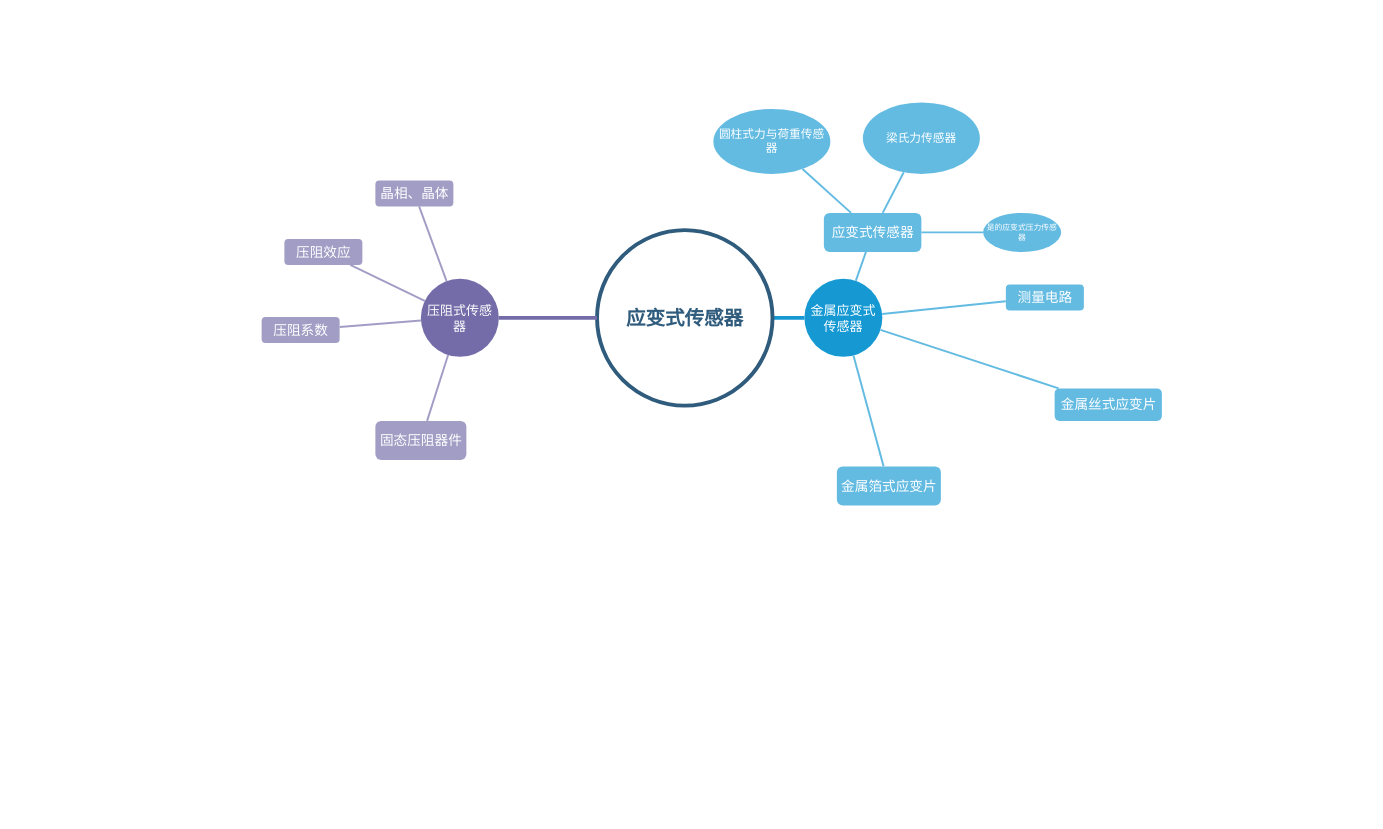
chenxi123-byte/51-Single-chip keeps this draw.io diagram as 基础项目/Untitled Diagram.drawio. Above is the earlier version. Source tidied: cells renumbered, new cells numbered last; positions are measured from the earlier drawing's top-left corner, leaving out a move shared by most shapes. Both pictures are drawn from the tidied source at 65%, with x=0, y=0 at pixel (261, 102).
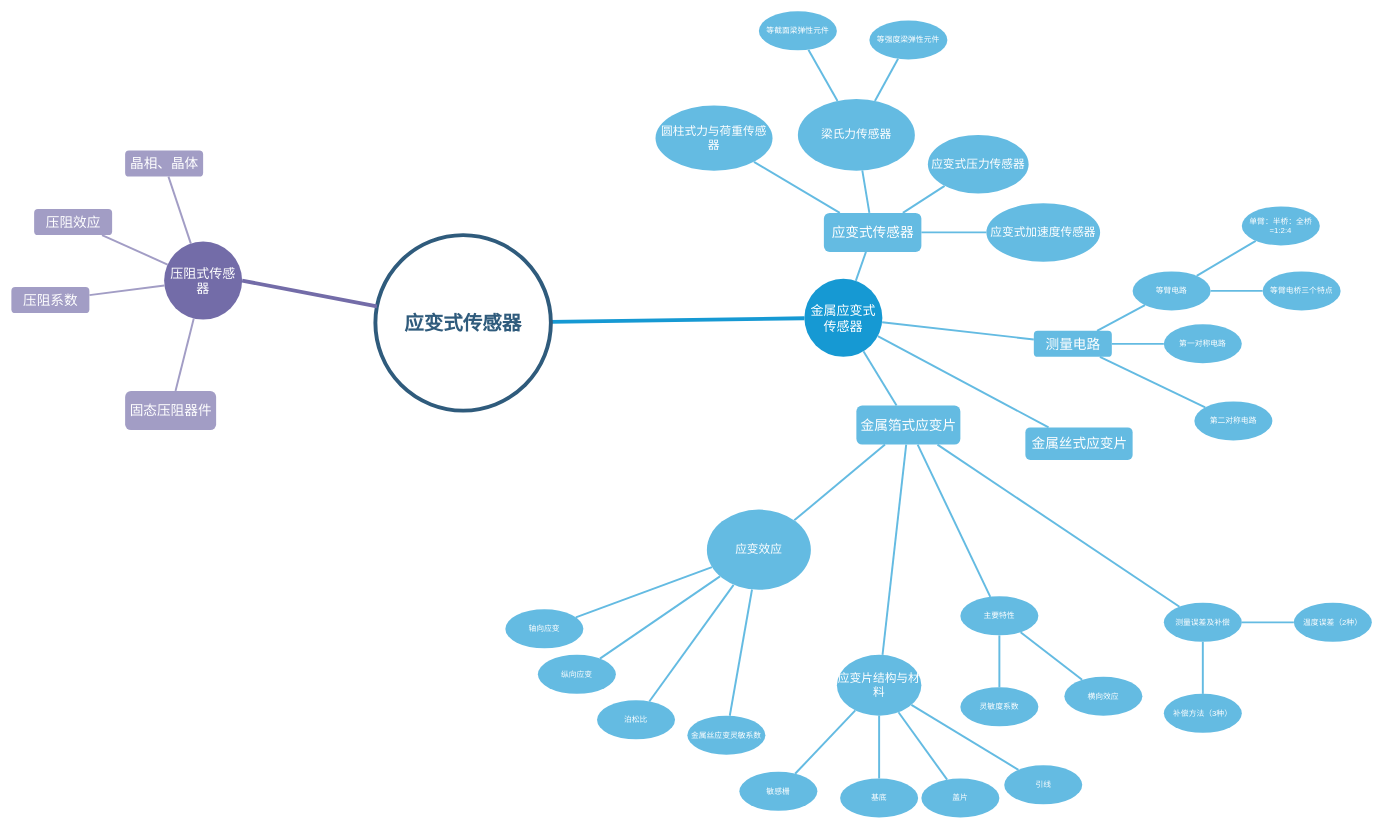
Above is the later version.

The change refers to these unchanged cells:
```xml
<mxCell id="7" value="&lt;font style=&quot;font-size: 21px&quot;&gt;应变式传感器&lt;/font&gt;" style="rounded=1;fillColor=#64BBE2;strokeColor=none;strokeWidth=3;shadow=0;html=1;fontColor=#FFFFFF;" parent="1" vertex="1">
  <mxGeometry x="865" y="170" width="150" height="60" as="geometry" />
</mxCell>
```

Change to the diagram source:
```diff
@@
+    <mxCell id="30" style="edgeStyle=none;shape=connector;rounded=1;jettySize=auto;html=1;labelBackgroundColor=default;fontFamily=Helvetica;fontSize=18;fontColor=default;endArrow=none;strokeColor=#64BBE2;strokeWidth=3;" parent="1" edge="1" source="7" target="40">
+      <mxGeometry relative="1" as="geometry" />
+    </mxCell>
@@
     <mxCell id="8" value="&lt;font style=&quot;font-size: 21px&quot;&gt;金属丝式应变片&lt;/font&gt;" style="rounded=1;fillColor=#64BBE2;strokeColor=none;strokeWidth=3;shadow=0;html=1;fontColor=#FFFFFF;" parent="1" vertex="1">
-      <mxGeometry x="1220" y="440" width="165" height="50" as="geometry" />
+      <mxGeometry x="1175" y="500" width="165" height="50" as="geometry" />
     </mxCell>
+    <mxCell id="31" style="edgeStyle=none;shape=connector;rounded=1;jettySize=auto;html=1;labelBackgroundColor=default;fontFamily=Helvetica;fontSize=18;fontColor=default;endArrow=none;strokeColor=#64BBE2;strokeWidth=3;" parent="1" edge="1" source="9" target="59">
+      <mxGeometry relative="1" as="geometry" />
+    </mxCell>
+    <mxCell id="32" style="edgeStyle=none;shape=connector;rounded=1;jettySize=auto;html=1;labelBackgroundColor=default;fontFamily=Helvetica;fontSize=18;fontColor=default;endArrow=none;strokeColor=#64BBE2;strokeWidth=3;" parent="1" edge="1" source="9" target="60">
+      <mxGeometry relative="1" as="geometry" />
+    </mxCell>
+    <mxCell id="33" style="edgeStyle=none;shape=connector;rounded=1;jettySize=auto;html=1;labelBackgroundColor=default;fontFamily=Helvetica;fontSize=18;fontColor=default;endArrow=none;strokeColor=#64BBE2;strokeWidth=3;" parent="1" edge="1" source="9" target="61">
+      <mxGeometry relative="1" as="geometry" />
+    </mxCell>
     <mxCell id="9" value="&lt;font style=&quot;font-size: 21px&quot;&gt;测量电路&lt;/font&gt;" style="rounded=1;fillColor=#64BBE2;strokeColor=none;strokeWidth=3;shadow=0;html=1;fontColor=#FFFFFF;" parent="1" vertex="1">
-      <mxGeometry x="1145" y="280" width="120" height="40" as="geometry" />
+      <mxGeometry x="1188" y="351.5" width="120" height="40" as="geometry" />
     </mxCell>
+    <mxCell id="34" style="edgeStyle=none;shape=connector;rounded=1;jettySize=auto;html=1;labelBackgroundColor=default;fontFamily=Helvetica;fontSize=18;fontColor=default;endArrow=none;strokeColor=#64BBE2;strokeWidth=3;" parent="1" edge="1" source="10" target="45">
+      <mxGeometry relative="1" as="geometry" />
+    </mxCell>
+    <mxCell id="35" style="edgeStyle=none;shape=connector;rounded=1;jettySize=auto;html=1;labelBackgroundColor=default;fontFamily=Helvetica;fontSize=18;fontColor=default;endArrow=none;strokeColor=#64BBE2;strokeWidth=3;" parent="1" edge="1" source="10" target="50">
+      <mxGeometry relative="1" as="geometry" />
+    </mxCell>
+    <mxCell id="36" style="edgeStyle=none;shape=connector;rounded=1;jettySize=auto;html=1;labelBackgroundColor=default;fontFamily=Helvetica;fontSize=18;fontColor=default;endArrow=none;strokeColor=#64BBE2;strokeWidth=3;" parent="1" edge="1" source="10" target="53">
+      <mxGeometry relative="1" as="geometry" />
+    </mxCell>
+    <mxCell id="37" style="edgeStyle=none;shape=connector;rounded=1;jettySize=auto;html=1;labelBackgroundColor=default;fontFamily=Helvetica;fontSize=18;fontColor=default;endArrow=none;strokeColor=#64BBE2;strokeWidth=3;" parent="1" edge="1" source="10" target="56">
+      <mxGeometry relative="1" as="geometry" />
+    </mxCell>
     <mxCell id="10" value="&lt;font style=&quot;font-size: 21px&quot;&gt;金属箔式应变片&lt;/font&gt;" style="rounded=1;fillColor=#64BBE2;strokeColor=none;strokeWidth=3;shadow=0;html=1;fontColor=#FFFFFF;" parent="1" vertex="1">
-      <mxGeometry x="885" y="560" width="160" height="60" as="geometry" />
+      <mxGeometry x="915" y="466.5" width="160" height="60" as="geometry" />
     </mxCell>
@@
     <mxCell id="15" value="应变式传感器" style="ellipse;whiteSpace=wrap;html=1;shadow=0;fontFamily=Helvetica;fontSize=30;fontColor=#2F5B7C;align=center;strokeColor=#2F5B7C;strokeWidth=6;fillColor=#FFFFFF;fontStyle=1;gradientColor=none;" parent="1" vertex="1">
-      <mxGeometry x="516" y="196.5" width="270" height="270" as="geometry" />
+      <mxGeometry x="175" y="204.2" width="270" height="270" as="geometry" />
     </mxCell>
     <mxCell id="16" value="&lt;font style=&quot;font-size: 21px&quot;&gt;压阻效应&lt;/font&gt;" style="rounded=1;fillColor=#a29dc5;strokeColor=none;strokeWidth=3;shadow=0;html=1;fontColor=#FFFFFF;" parent="1" vertex="1">
-      <mxGeometry x="35" y="210" width="120" height="40" as="geometry" />
+      <mxGeometry x="-350" y="164.2" width="120" height="40" as="geometry" />
     </mxCell>
     <mxCell id="17" value="&lt;font style=&quot;font-size: 21px&quot;&gt;晶相、晶体&lt;/font&gt;" style="rounded=1;fillColor=#a29dc5;strokeColor=none;strokeWidth=3;shadow=0;html=1;fontColor=#FFFFFF;" parent="1" vertex="1">
-      <mxGeometry x="175" y="120" width="120" height="40" as="geometry" />
+      <mxGeometry x="-210" y="74.2" width="120" height="40" as="geometry" />
     </mxCell>
     <mxCell id="18" value="&lt;font style=&quot;font-size: 21px&quot;&gt;压阻系数&lt;/font&gt;" style="rounded=1;fillColor=#a29dc5;strokeColor=none;strokeWidth=3;shadow=0;html=1;fontColor=#FFFFFF;" parent="1" vertex="1">
-      <mxGeometry y="330" width="120" height="40" as="geometry" />
+      <mxGeometry x="-385" y="284.2" width="120" height="40" as="geometry" />
     </mxCell>
     <mxCell id="19" style="edgeStyle=none;endArrow=none;strokeWidth=3;strokeColor=#A29DC5;html=1;" parent="1" edge="1" source="25" target="16">
-      <mxGeometry x="-1255" y="-295" as="geometry" />
+      <mxGeometry x="-1640" y="-340.8" as="geometry" />
     </mxCell>
     <mxCell id="20" value="&lt;font style=&quot;font-size: 21px&quot;&gt;固态压阻器件&lt;/font&gt;" style="rounded=1;fillColor=#a29dc5;strokeColor=none;strokeWidth=3;shadow=0;html=1;fontColor=#FFFFFF;" parent="1" vertex="1">
-      <mxGeometry x="175" y="490" width="140" height="60" as="geometry" />
+      <mxGeometry x="-210" y="444.2" width="140" height="60" as="geometry" />
     </mxCell>
     <mxCell id="21" style="edgeStyle=none;endArrow=none;strokeWidth=3;strokeColor=#A29DC5;html=1;" parent="1" edge="1" source="25" target="17">
-      <mxGeometry x="-1255" y="-295" as="geometry" />
+      <mxGeometry x="-1640" y="-340.8" as="geometry" />
     </mxCell>
     <mxCell id="22" style="edgeStyle=none;endArrow=none;strokeWidth=3;strokeColor=#A29DC5;html=1;" parent="1" edge="1" source="25" target="18">
-      <mxGeometry x="-1255" y="-295" as="geometry" />
+      <mxGeometry x="-1640" y="-340.8" as="geometry" />
     </mxCell>
     <mxCell id="23" style="edgeStyle=none;endArrow=none;strokeWidth=3;strokeColor=#A29DC5;html=1;" parent="1" edge="1" source="25" target="20">
-      <mxGeometry x="-1255" y="-295" as="geometry" />
+      <mxGeometry x="-1640" y="-340.8" as="geometry" />
     </mxCell>
@@
     <mxCell id="25" value="压阻式传感器" style="ellipse;whiteSpace=wrap;html=1;shadow=0;fontFamily=Helvetica;fontSize=20;fontColor=#FFFFFF;align=center;strokeWidth=3;fillColor=#736ca8;strokeColor=none;" parent="1" vertex="1">
-      <mxGeometry x="245" y="271.5" width="120" height="120" as="geometry" />
+      <mxGeometry x="-150" y="214.2" width="120" height="120" as="geometry" />
     </mxCell>
@@
     <mxCell id="27" value="&lt;font style=&quot;font-size: 15px&quot;&gt;&lt;font style=&quot;vertical-align: inherit ; font-size: 18px&quot;&gt;&lt;font style=&quot;vertical-align: inherit ; font-size: 18px&quot;&gt;&lt;font style=&quot;vertical-align: inherit ; font-size: 18px&quot;&gt;&lt;font style=&quot;vertical-align: inherit ; font-size: 18px&quot;&gt;圆柱式力与荷重传感器&lt;/font&gt;&lt;/font&gt;&lt;/font&gt;&lt;/font&gt;&lt;/font&gt;" style="ellipse;whiteSpace=wrap;html=1;fillColor=#64BBE2;strokeColor=none;fontColor=#FFFFFF;rounded=1;strokeWidth=3;shadow=0;" parent="1" vertex="1">
-      <mxGeometry x="695" y="10" width="180" height="100" as="geometry" />
+      <mxGeometry x="606" y="5" width="180" height="100" as="geometry" />
     </mxCell>
+    <mxCell id="38" style="edgeStyle=none;shape=connector;rounded=1;jettySize=auto;html=1;labelBackgroundColor=default;fontFamily=Helvetica;fontSize=18;fontColor=default;endArrow=none;strokeColor=#64BBE2;strokeWidth=3;" parent="1" edge="1" source="28" target="64">
+      <mxGeometry relative="1" as="geometry" />
+    </mxCell>
+    <mxCell id="39" style="edgeStyle=none;shape=connector;rounded=1;jettySize=auto;html=1;labelBackgroundColor=default;fontFamily=Helvetica;fontSize=18;fontColor=default;endArrow=none;strokeColor=#64BBE2;strokeWidth=3;" parent="1" edge="1" source="28" target="65">
+      <mxGeometry relative="1" as="geometry" />
+    </mxCell>
     <mxCell id="28" value="&lt;font style=&quot;vertical-align: inherit ; font-size: 18px&quot;&gt;梁氏力传感器&lt;/font&gt;" style="ellipse;whiteSpace=wrap;html=1;fillColor=#64BBE2;strokeColor=none;fontColor=#FFFFFF;rounded=1;strokeWidth=3;shadow=0;" parent="1" vertex="1">
-      <mxGeometry x="925" width="180" height="110" as="geometry" />
+      <mxGeometry x="825" y="-5" width="180" height="110" as="geometry" />
     </mxCell>
-    <mxCell id="29" value="是的应变式压力传感器" style="ellipse;whiteSpace=wrap;html=1;fillColor=#64BBE2;strokeColor=none;fontColor=#FFFFFF;rounded=1;strokeWidth=3;shadow=0;" parent="1" vertex="1">
-      <mxGeometry x="1110" y="170" width="120" height="60" as="geometry" />
+    <mxCell id="29" value="&lt;font style=&quot;vertical-align: inherit ; font-size: 18px&quot;&gt;应变式压力传感器&lt;/font&gt;" style="ellipse;whiteSpace=wrap;html=1;fillColor=#64BBE2;strokeColor=none;fontColor=#FFFFFF;rounded=1;strokeWidth=3;shadow=0;" parent="1" vertex="1">
+      <mxGeometry x="1025" y="50" width="155" height="90" as="geometry" />
     </mxCell>
+    <mxCell id="40" value="&lt;p&gt;&lt;font style=&quot;vertical-align: inherit ; font-size: 18px&quot;&gt;&lt;font style=&quot;vertical-align: inherit ; font-size: 18px&quot;&gt;&lt;font style=&quot;vertical-align: inherit ; font-size: 18px&quot;&gt;&lt;font style=&quot;vertical-align: inherit ; font-size: 18px&quot;&gt;应变式加速度传感器&lt;/font&gt;&lt;/font&gt;&lt;/font&gt;&lt;/font&gt;&lt;/p&gt;" style="ellipse;whiteSpace=wrap;html=1;fillColor=#64BBE2;strokeColor=none;fontColor=#FFFFFF;rounded=1;strokeWidth=3;shadow=0;" parent="1" vertex="1">
+      <mxGeometry x="1115" y="155" width="175" height="90" as="geometry" />
+    </mxCell>
+    <mxCell id="41" style="edgeStyle=none;shape=connector;rounded=1;jettySize=auto;html=1;labelBackgroundColor=default;fontFamily=Helvetica;fontSize=18;fontColor=default;endArrow=none;strokeColor=#64BBE2;strokeWidth=3;" parent="1" edge="1" source="45" target="66">
+      <mxGeometry relative="1" as="geometry" />
+    </mxCell>
+    <mxCell id="42" style="edgeStyle=none;shape=connector;rounded=1;jettySize=auto;html=1;labelBackgroundColor=default;fontFamily=Helvetica;fontSize=18;fontColor=default;endArrow=none;strokeColor=#64BBE2;strokeWidth=3;" parent="1" edge="1" source="45" target="67">
+      <mxGeometry relative="1" as="geometry" />
+    </mxCell>
+    <mxCell id="43" style="edgeStyle=none;shape=connector;rounded=1;jettySize=auto;html=1;labelBackgroundColor=default;fontFamily=Helvetica;fontSize=18;fontColor=default;endArrow=none;strokeColor=#64BBE2;strokeWidth=3;" parent="1" edge="1" source="45" target="68">
+      <mxGeometry relative="1" as="geometry" />
+    </mxCell>
+    <mxCell id="44" style="edgeStyle=none;shape=connector;rounded=1;jettySize=auto;html=1;labelBackgroundColor=default;fontFamily=Helvetica;fontSize=18;fontColor=default;endArrow=none;strokeColor=#64BBE2;strokeWidth=3;" parent="1" edge="1" source="45" target="69">
+      <mxGeometry relative="1" as="geometry" />
+    </mxCell>
+    <mxCell id="45" value="&lt;font style=&quot;vertical-align: inherit ; font-size: 18px&quot;&gt;应变效应&lt;/font&gt;" style="ellipse;whiteSpace=wrap;html=1;fillColor=#64BBE2;strokeColor=none;fontColor=#FFFFFF;rounded=1;strokeWidth=3;shadow=0;" parent="1" vertex="1">
+      <mxGeometry x="685" y="626.5" width="160" height="123.5" as="geometry" />
+    </mxCell>
+    <mxCell id="46" style="edgeStyle=none;shape=connector;rounded=1;jettySize=auto;html=1;labelBackgroundColor=default;fontFamily=Helvetica;fontSize=18;fontColor=default;endArrow=none;strokeColor=#64BBE2;strokeWidth=3;" parent="1" edge="1" source="50" target="71">
+      <mxGeometry relative="1" as="geometry" />
+    </mxCell>
+    <mxCell id="47" style="edgeStyle=none;shape=connector;rounded=1;jettySize=auto;html=1;labelBackgroundColor=default;fontFamily=Helvetica;fontSize=18;fontColor=default;endArrow=none;strokeColor=#64BBE2;strokeWidth=3;" parent="1" edge="1" source="50" target="72">
+      <mxGeometry relative="1" as="geometry" />
+    </mxCell>
+    <mxCell id="48" style="edgeStyle=none;shape=connector;rounded=1;jettySize=auto;html=1;labelBackgroundColor=default;fontFamily=Helvetica;fontSize=18;fontColor=default;endArrow=none;strokeColor=#64BBE2;strokeWidth=3;" parent="1" edge="1" source="50" target="73">
+      <mxGeometry relative="1" as="geometry" />
+    </mxCell>
+    <mxCell id="49" style="edgeStyle=none;shape=connector;rounded=1;jettySize=auto;html=1;labelBackgroundColor=default;fontFamily=Helvetica;fontSize=18;fontColor=default;endArrow=none;strokeColor=#64BBE2;strokeWidth=3;" parent="1" edge="1" source="50" target="74">
+      <mxGeometry relative="1" as="geometry" />
+    </mxCell>
+    <mxCell id="50" value="&lt;font style=&quot;font-size: 18px&quot;&gt;应变片结构与材料&lt;/font&gt;" style="ellipse;whiteSpace=wrap;html=1;fillColor=#64BBE2;strokeColor=none;fontColor=#FFFFFF;rounded=1;strokeWidth=3;shadow=0;" parent="1" vertex="1">
+      <mxGeometry x="885" y="850" width="130" height="93.5" as="geometry" />
+    </mxCell>
+    <mxCell id="51" style="edgeStyle=none;shape=connector;rounded=1;jettySize=auto;html=1;labelBackgroundColor=default;fontFamily=Helvetica;fontSize=18;fontColor=default;endArrow=none;strokeColor=#64BBE2;strokeWidth=3;" parent="1" edge="1" source="53" target="75">
+      <mxGeometry relative="1" as="geometry" />
+    </mxCell>
+    <mxCell id="52" style="edgeStyle=none;shape=connector;rounded=1;jettySize=auto;html=1;labelBackgroundColor=default;fontFamily=Helvetica;fontSize=18;fontColor=default;endArrow=none;strokeColor=#64BBE2;strokeWidth=3;" parent="1" edge="1" source="53" target="76">
+      <mxGeometry relative="1" as="geometry" />
+    </mxCell>
+    <mxCell id="53" value="主要特性" style="ellipse;whiteSpace=wrap;html=1;fillColor=#64BBE2;strokeColor=none;fontColor=#FFFFFF;rounded=1;strokeWidth=3;shadow=0;" parent="1" vertex="1">
+      <mxGeometry x="1075" y="760" width="120" height="60" as="geometry" />
+    </mxCell>
+    <mxCell id="54" style="edgeStyle=none;shape=connector;rounded=1;jettySize=auto;html=1;labelBackgroundColor=default;fontFamily=Helvetica;fontSize=18;fontColor=default;endArrow=none;strokeColor=#64BBE2;strokeWidth=3;" parent="1" edge="1" source="56" target="77">
+      <mxGeometry relative="1" as="geometry" />
+    </mxCell>
+    <mxCell id="55" style="edgeStyle=none;shape=connector;rounded=1;jettySize=auto;html=1;labelBackgroundColor=default;fontFamily=Helvetica;fontSize=18;fontColor=default;endArrow=none;strokeColor=#64BBE2;strokeWidth=3;" parent="1" edge="1" source="56" target="78">
+      <mxGeometry relative="1" as="geometry" />
+    </mxCell>
+    <mxCell id="56" value="测量误差及补偿" style="ellipse;whiteSpace=wrap;html=1;fillColor=#64BBE2;strokeColor=none;fontColor=#FFFFFF;rounded=1;strokeWidth=3;shadow=0;" parent="1" vertex="1">
+      <mxGeometry x="1388" y="770" width="120" height="60" as="geometry" />
+    </mxCell>
+    <mxCell id="57" style="edgeStyle=none;shape=connector;rounded=1;jettySize=auto;html=1;labelBackgroundColor=default;fontFamily=Helvetica;fontSize=18;fontColor=default;endArrow=none;strokeColor=#64BBE2;strokeWidth=3;" parent="1" edge="1" source="59" target="62">
+      <mxGeometry relative="1" as="geometry" />
+    </mxCell>
+    <mxCell id="58" style="edgeStyle=none;shape=connector;rounded=1;jettySize=auto;html=1;labelBackgroundColor=default;fontFamily=Helvetica;fontSize=18;fontColor=default;endArrow=none;strokeColor=#64BBE2;strokeWidth=3;" parent="1" edge="1" source="59" target="63">
+      <mxGeometry relative="1" as="geometry" />
+    </mxCell>
+    <mxCell id="59" value="等臂电路" style="ellipse;whiteSpace=wrap;html=1;fillColor=#64BBE2;strokeColor=none;fontColor=#FFFFFF;rounded=1;strokeWidth=3;shadow=0;" parent="1" vertex="1">
+      <mxGeometry x="1340" y="260" width="120" height="60" as="geometry" />
+    </mxCell>
+    <mxCell id="60" value="第一对称电路" style="ellipse;whiteSpace=wrap;html=1;fillColor=#64BBE2;strokeColor=none;fontColor=#FFFFFF;rounded=1;strokeWidth=3;shadow=0;" parent="1" vertex="1">
+      <mxGeometry x="1388" y="341.5" width="120" height="60" as="geometry" />
+    </mxCell>
+    <mxCell id="61" value="第二对称电路" style="ellipse;whiteSpace=wrap;html=1;fillColor=#64BBE2;strokeColor=none;fontColor=#FFFFFF;rounded=1;strokeWidth=3;shadow=0;" parent="1" vertex="1">
+      <mxGeometry x="1435" y="460" width="120" height="60" as="geometry" />
+    </mxCell>
+    <mxCell id="62" value="单臂：半桥：全桥=1:2:4" style="ellipse;whiteSpace=wrap;html=1;fillColor=#64BBE2;strokeColor=none;fontColor=#FFFFFF;rounded=1;strokeWidth=3;shadow=0;" parent="1" vertex="1">
+      <mxGeometry x="1508" y="160" width="120" height="60" as="geometry" />
+    </mxCell>
+    <mxCell id="63" value="等臂电桥三个特点" style="ellipse;whiteSpace=wrap;html=1;fillColor=#64BBE2;strokeColor=none;fontColor=#FFFFFF;rounded=1;strokeWidth=3;shadow=0;" parent="1" vertex="1">
+      <mxGeometry x="1540" y="260" width="120" height="60" as="geometry" />
+    </mxCell>
+    <mxCell id="64" value="等截面梁弹性元件" style="ellipse;whiteSpace=wrap;html=1;fillColor=#64BBE2;strokeColor=none;fontColor=#FFFFFF;rounded=1;strokeWidth=3;shadow=0;" parent="1" vertex="1">
+      <mxGeometry x="765" y="-140" width="120" height="60" as="geometry" />
+    </mxCell>
+    <mxCell id="65" value="等强度梁弹性元件" style="ellipse;whiteSpace=wrap;html=1;fillColor=#64BBE2;strokeColor=none;fontColor=#FFFFFF;rounded=1;strokeWidth=3;shadow=0;" parent="1" vertex="1">
+      <mxGeometry x="935" y="-126" width="120" height="60" as="geometry" />
+    </mxCell>
+    <mxCell id="66" value="轴向应变" style="ellipse;whiteSpace=wrap;html=1;fillColor=#64BBE2;strokeColor=none;fontColor=#FFFFFF;rounded=1;strokeWidth=3;shadow=0;" parent="1" vertex="1">
+      <mxGeometry x="375" y="780" width="120" height="60" as="geometry" />
+    </mxCell>
+    <mxCell id="67" value="纵向应变" style="ellipse;whiteSpace=wrap;html=1;fillColor=#64BBE2;strokeColor=none;fontColor=#FFFFFF;rounded=1;strokeWidth=3;shadow=0;" parent="1" vertex="1">
+      <mxGeometry x="425" y="850" width="120" height="60" as="geometry" />
+    </mxCell>
+    <mxCell id="68" value="泊松比" style="ellipse;whiteSpace=wrap;html=1;fillColor=#64BBE2;strokeColor=none;fontColor=#FFFFFF;rounded=1;strokeWidth=3;shadow=0;" parent="1" vertex="1">
+      <mxGeometry x="516" y="920" width="120" height="60" as="geometry" />
+    </mxCell>
+    <mxCell id="69" value="金属丝应变灵敏系数" style="ellipse;whiteSpace=wrap;html=1;fillColor=#64BBE2;strokeColor=none;fontColor=#FFFFFF;rounded=1;strokeWidth=3;shadow=0;" parent="1" vertex="1">
+      <mxGeometry x="655" y="943.5" width="120" height="60" as="geometry" />
+    </mxCell>
+    <mxCell id="70" style="edgeStyle=none;shape=connector;rounded=1;orthogonalLoop=1;jettySize=auto;html=1;exitX=0.5;exitY=0;exitDx=0;exitDy=0;labelBackgroundColor=default;fontFamily=Helvetica;fontSize=18;fontColor=default;endArrow=none;strokeColor=#64BBE2;strokeWidth=3;" parent="1" edge="1" source="68" target="68">
+      <mxGeometry relative="1" as="geometry" />
+    </mxCell>
+    <mxCell id="71" value="敏感栅" style="ellipse;whiteSpace=wrap;html=1;fillColor=#64BBE2;strokeColor=none;fontColor=#FFFFFF;rounded=1;strokeWidth=3;shadow=0;" parent="1" vertex="1">
+      <mxGeometry x="735" y="1030" width="120" height="60" as="geometry" />
+    </mxCell>
+    <mxCell id="72" value="基底" style="ellipse;whiteSpace=wrap;html=1;fillColor=#64BBE2;strokeColor=none;fontColor=#FFFFFF;rounded=1;strokeWidth=3;shadow=0;" parent="1" vertex="1">
+      <mxGeometry x="890" y="1040.2" width="120" height="60" as="geometry" />
+    </mxCell>
+    <mxCell id="73" value="盖片" style="ellipse;whiteSpace=wrap;html=1;fillColor=#64BBE2;strokeColor=none;fontColor=#FFFFFF;rounded=1;strokeWidth=3;shadow=0;" parent="1" vertex="1">
+      <mxGeometry x="1015" y="1040.2" width="120" height="60" as="geometry" />
+    </mxCell>
+    <mxCell id="74" value="引线" style="ellipse;whiteSpace=wrap;html=1;fillColor=#64BBE2;strokeColor=none;fontColor=#FFFFFF;rounded=1;strokeWidth=3;shadow=0;" parent="1" vertex="1">
+      <mxGeometry x="1142.5" y="1020" width="120" height="60" as="geometry" />
+    </mxCell>
+    <mxCell id="75" value="灵敏度系数" style="ellipse;whiteSpace=wrap;html=1;fillColor=#64BBE2;strokeColor=none;fontColor=#FFFFFF;rounded=1;strokeWidth=3;shadow=0;" parent="1" vertex="1">
+      <mxGeometry x="1075" y="900" width="120" height="60" as="geometry" />
+    </mxCell>
+    <mxCell id="76" value="横向效应" style="ellipse;whiteSpace=wrap;html=1;fillColor=#64BBE2;strokeColor=none;fontColor=#FFFFFF;rounded=1;strokeWidth=3;shadow=0;" parent="1" vertex="1">
+      <mxGeometry x="1235" y="883.5" width="120" height="60" as="geometry" />
+    </mxCell>
+    <mxCell id="77" value="温度误差（2种）" style="ellipse;whiteSpace=wrap;html=1;fillColor=#64BBE2;strokeColor=none;fontColor=#FFFFFF;rounded=1;strokeWidth=3;shadow=0;" parent="1" vertex="1">
+      <mxGeometry x="1588" y="770" width="120" height="60" as="geometry" />
+    </mxCell>
+    <mxCell id="78" value="补偿方法（3种）" style="ellipse;whiteSpace=wrap;html=1;fillColor=#64BBE2;strokeColor=none;fontColor=#FFFFFF;rounded=1;strokeWidth=3;shadow=0;" parent="1" vertex="1">
+      <mxGeometry x="1388" y="910" width="120" height="60" as="geometry" />
+    </mxCell>
```
